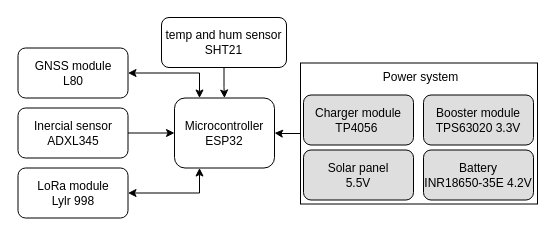
Before: MAIN/HARDWARE_BASIC.drawio in Teusocost/Tracker_IPB, a draw.io diagram. Source tidied: cells renumbered, new cells numbered last; positions are measured from the earlier drawing's top-left corner, leaving out a move shared by most shapes. Both pictures are drawn from the tidied source at 100%, with x=0, y=0 at pixel (18, 17).
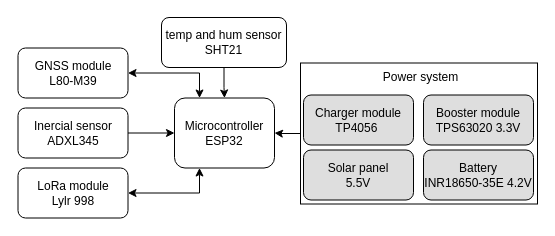
After the change.

What changed in the source:
```diff
@@
 <mxGraphModel>
   <root>
     <mxCell id="0" />
     <mxCell id="1" parent="0" />
     <mxCell id="2" style="rounded=0;whiteSpace=wrap;html=1;fillColor=none;" parent="1" vertex="1">
       <mxGeometry x="282" y="45.5" width="237" height="141" as="geometry" />
     </mxCell>
     <mxCell id="3" value="Booster module&lt;br&gt;TPS63020 3.3V" style="rounded=1;whiteSpace=wrap;html=1;fillColor=#DEDEDE;" parent="1" vertex="1">
       <mxGeometry x="405" y="77.5" width="110" height="50" as="geometry" />
     </mxCell>
     <mxCell id="4" style="edgeStyle=orthogonalEdgeStyle;rounded=0;jettySize=auto;html=1;strokeColor=none;" parent="1" edge="1" source="7" target="13">
       <mxGeometry relative="1" as="geometry" />
     </mxCell>
     <mxCell id="5" style="edgeStyle=orthogonalEdgeStyle;rounded=0;jettySize=auto;html=1;exitX=0.25;exitY=0;exitDx=0;exitDy=0;entryX=1;entryY=0.5;entryDx=0;entryDy=0;startArrow=classic;startFill=1;" parent="1" edge="1" source="7" target="10">
       <mxGeometry relative="1" as="geometry" />
     </mxCell>
     <mxCell id="6" style="edgeStyle=orthogonalEdgeStyle;rounded=0;jettySize=auto;html=1;exitX=0.25;exitY=1;exitDx=0;exitDy=0;entryX=1;entryY=0.5;entryDx=0;entryDy=0;startArrow=classic;startFill=1;" parent="1" edge="1" source="7" target="11">
       <mxGeometry relative="1" as="geometry" />
     </mxCell>
     <mxCell id="7" value="Microcontroller&lt;br&gt;ESP32" style="rounded=1;whiteSpace=wrap;html=1;" parent="1" vertex="1">
       <mxGeometry x="156" y="80.5" width="100" height="70" as="geometry" />
     </mxCell>
     <mxCell id="8" style="edgeStyle=orthogonalEdgeStyle;rounded=0;jettySize=auto;html=1;" parent="1" edge="1" source="9" target="7">
       <mxGeometry relative="1" as="geometry" />
     </mxCell>
     <mxCell id="9" value="Inercial sensor&lt;br&gt;ADXL345" style="rounded=1;whiteSpace=wrap;html=1;" parent="1" vertex="1">
       <mxGeometry x="-0.5" y="90.5" width="110" height="50" as="geometry" />
     </mxCell>
-    <mxCell id="10" value="GNSS module&lt;br&gt;L80" style="rounded=1;whiteSpace=wrap;html=1;" parent="1" vertex="1">
+    <mxCell id="10" value="GNSS module&lt;br&gt;L80-M39" style="rounded=1;whiteSpace=wrap;html=1;" parent="1" vertex="1">
       <mxGeometry x="-0.5" y="30.5" width="110" height="50" as="geometry" />
     </mxCell>
     <mxCell id="11" value="LoRa module&lt;br&gt;Lylr 998" style="rounded=1;whiteSpace=wrap;html=1;" parent="1" vertex="1">
       <mxGeometry x="-0.5" y="150.5" width="110" height="50" as="geometry" />
     </mxCell>
     <mxCell id="12" style="edgeStyle=orthogonalEdgeStyle;rounded=0;jettySize=auto;html=1;" parent="1" edge="1" source="13" target="7">
       <mxGeometry relative="1" as="geometry" />
     </mxCell>
     <mxCell id="13" value="temp and hum sensor &lt;br&gt;SHT21" style="rounded=1;whiteSpace=wrap;html=1;" parent="1" vertex="1">
       <mxGeometry x="143" width="125" height="50" as="geometry" />
     </mxCell>
     <mxCell id="14" value="Charger module&lt;br&gt;TP4056&amp;nbsp;" style="rounded=1;whiteSpace=wrap;html=1;fillColor=#DEDEDE;" parent="1" vertex="1">
       <mxGeometry x="285" y="77.5" width="110" height="50" as="geometry" />
     </mxCell>
     <mxCell id="15" style="edgeStyle=orthogonalEdgeStyle;rounded=0;jettySize=auto;html=1;entryX=1;entryY=0.5;entryDx=0;entryDy=0;" parent="1" edge="1" source="2" target="7">
       <mxGeometry relative="1" as="geometry" />
     </mxCell>
     <mxCell id="16" value="Power system" style="text;html=1;align=center;verticalAlign=middle;strokeColor=none;fillColor=none;" parent="1" vertex="1">
       <mxGeometry x="352" y="44.5" width="100" height="30" as="geometry" />
     </mxCell>
     <mxCell id="17" value="Battery&lt;br&gt;INR18650-35E 4.2V" style="rounded=1;whiteSpace=wrap;html=1;fillColor=#DEDEDE;" parent="1" vertex="1">
       <mxGeometry x="405" y="132.5" width="110" height="50" as="geometry" />
     </mxCell>
     <mxCell id="18" value="Solar panel&lt;br&gt;5.5V" style="rounded=1;whiteSpace=wrap;html=1;fillColor=#DEDEDE;" parent="1" vertex="1">
       <mxGeometry x="285" y="132.5" width="110" height="50" as="geometry" />
     </mxCell>
   </root>
 </mxGraphModel>
```
